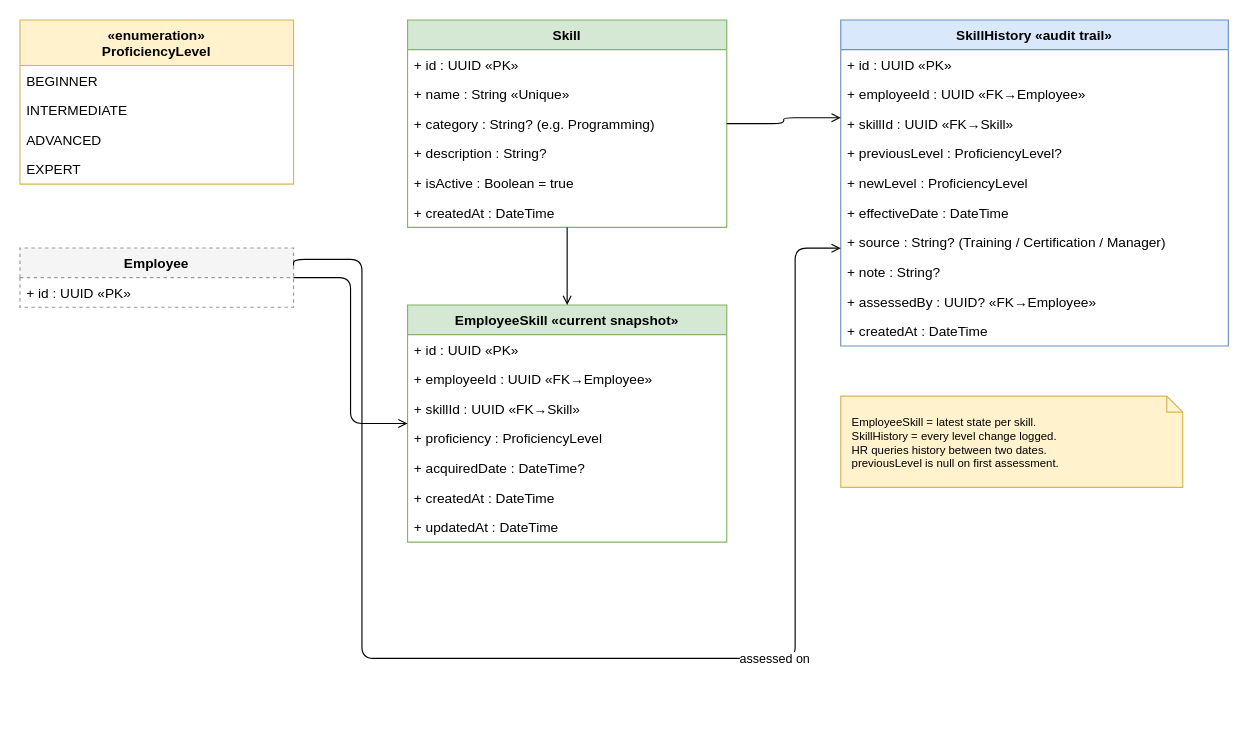
The draw.io diagram skills-class-diagram.drawio in AnisBenOthman/Sentient, before the edit. Source tidied: cells renumbered, new cells numbered last; positions are measured from the earlier drawing's top-left corner, leaving out a move shared by most shapes. Both pictures are drawn from the tidied source at 114%, with x=0, y=0 at pixel (19, 19).
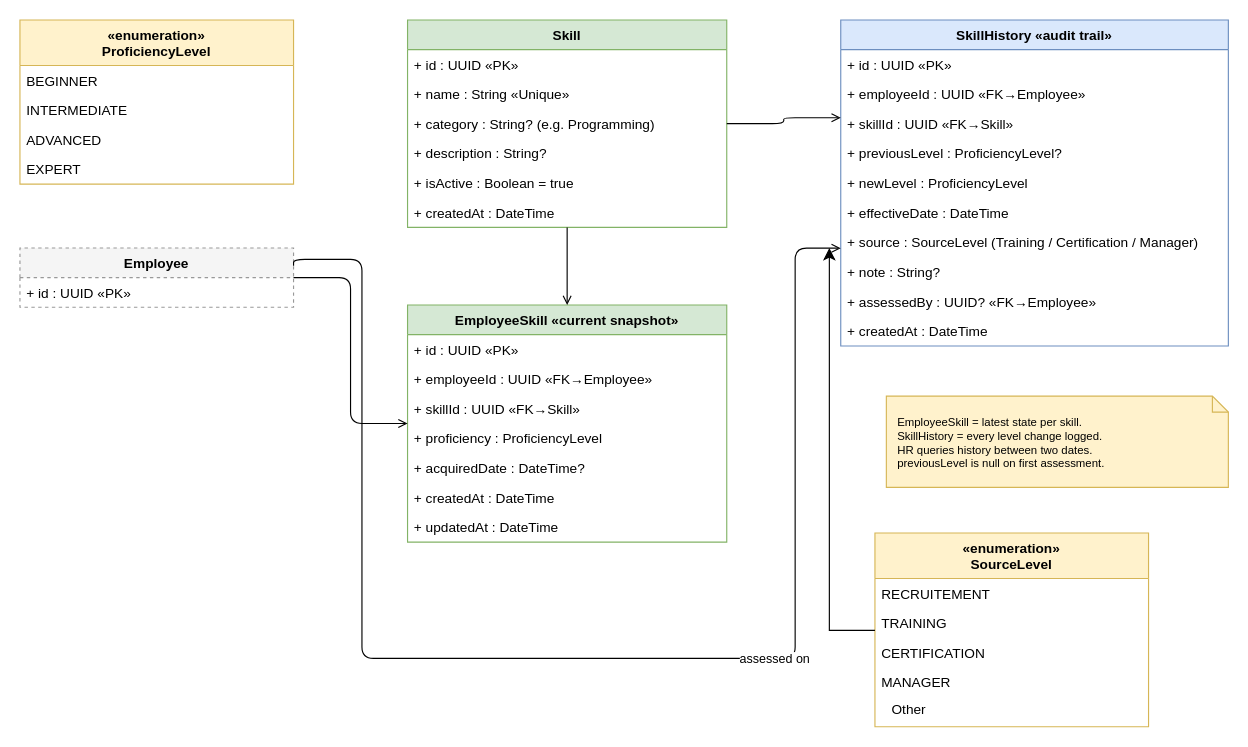
The same page after the edit.

The change refers to these unchanged cells:
```xml
<mxCell id="24" value="SkillHistory  «audit trail»" style="swimlane;fontStyle=1;align=center;startSize=26;fillColor=#dae8fc;strokeColor=#6c8ebf;" parent="1" vertex="1">
  <mxGeometry x="720" width="340" height="286" as="geometry" />
</mxCell>
```

Change to the diagram source:
```diff
@@
-    <mxCell id="31" value="+ source : String?  (Training / Certification / Manager)" style="text;strokeColor=none;fillColor=none;align=left;verticalAlign=middle;spacingLeft=4;overflow=hidden;" parent="24" vertex="1">
+    <mxCell id="31" value="+ source : SourceLevel (Training / Certification / Manager)" style="text;strokeColor=none;fillColor=none;align=left;verticalAlign=middle;spacingLeft=4;overflow=hidden;" parent="24" vertex="1">
       <mxGeometry y="182" width="340" height="26" as="geometry" />
     </mxCell>
@@
     <mxCell id="35" value="EmployeeSkill = latest state per skill.&#10;SkillHistory = every level change logged.&#10;HR queries history between two dates.&#10;previousLevel is null on first assessment." style="shape=note;whiteSpace=wrap;html=1;size=14;fillColor=#FFF2CC;strokeColor=#D6B656;fontSize=10;align=left;spacingLeft=8;spacingTop=2;" parent="1" vertex="1">
-      <mxGeometry x="720" y="330" width="300" height="80" as="geometry" />
+      <mxGeometry x="760" y="330" width="300" height="80" as="geometry" />
     </mxCell>
@@
+    <mxCell id="41" value="«enumeration»&#10;SourceLevel" style="swimlane;fontStyle=1;align=center;startSize=40;fillColor=#fff2cc;strokeColor=#d6b656;" parent="1" vertex="1">
+      <mxGeometry x="750" y="450" width="240" height="170" as="geometry" />
+    </mxCell>
+    <mxCell id="42" value="RECRUITEMENT" style="text;strokeColor=none;fillColor=none;align=left;verticalAlign=middle;spacingLeft=4;overflow=hidden;" parent="41" vertex="1">
+      <mxGeometry y="40" width="240" height="26" as="geometry" />
+    </mxCell>
+    <mxCell id="43" value="TRAINING" style="text;strokeColor=none;fillColor=none;align=left;verticalAlign=middle;spacingLeft=4;overflow=hidden;" parent="41" vertex="1">
+      <mxGeometry y="66" width="240" height="26" as="geometry" />
+    </mxCell>
+    <mxCell id="44" value="CERTIFICATION" style="text;strokeColor=none;fillColor=none;align=left;verticalAlign=middle;spacingLeft=4;overflow=hidden;" parent="41" vertex="1">
+      <mxGeometry y="92" width="240" height="26" as="geometry" />
+    </mxCell>
+    <mxCell id="45" value="MANAGER" style="text;strokeColor=none;fillColor=none;align=left;verticalAlign=middle;spacingLeft=4;overflow=hidden;" parent="41" vertex="1">
+      <mxGeometry y="118" width="240" height="26" as="geometry" />
+    </mxCell>
+    <mxCell id="46" style="edgeStyle=elbowEdgeStyle;elbow=horizontal;endArrow=classic;html=1;curved=0;rounded=0;endSize=8;startSize=8;exitX=0;exitY=0.75;exitDx=0;exitDy=0;" parent="1" edge="1" source="43">
+      <mxGeometry relative="1" as="geometry">
+        <mxPoint x="710" y="200" as="targetPoint" />
+        <Array as="points">
+          <mxPoint x="710" y="350" />
+        </Array>
+      </mxGeometry>
+    </mxCell>
+    <mxCell id="47" value="Other" style="text;html=1;whiteSpace=wrap;strokeColor=none;fillColor=none;align=center;verticalAlign=middle;rounded=0;" parent="1" vertex="1">
+      <mxGeometry x="750" y="590" width="60" height="30" as="geometry" />
+    </mxCell>
```
